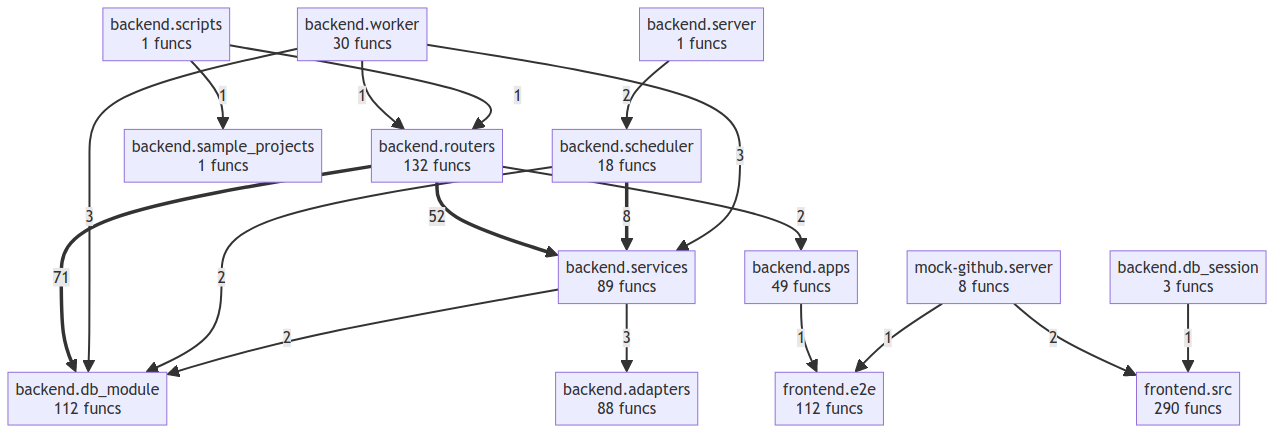
Earlier version of the Mermaid export project/compact_flow.png (semcod/www). Its source is kept beside it as project/compact_flow.mmd.
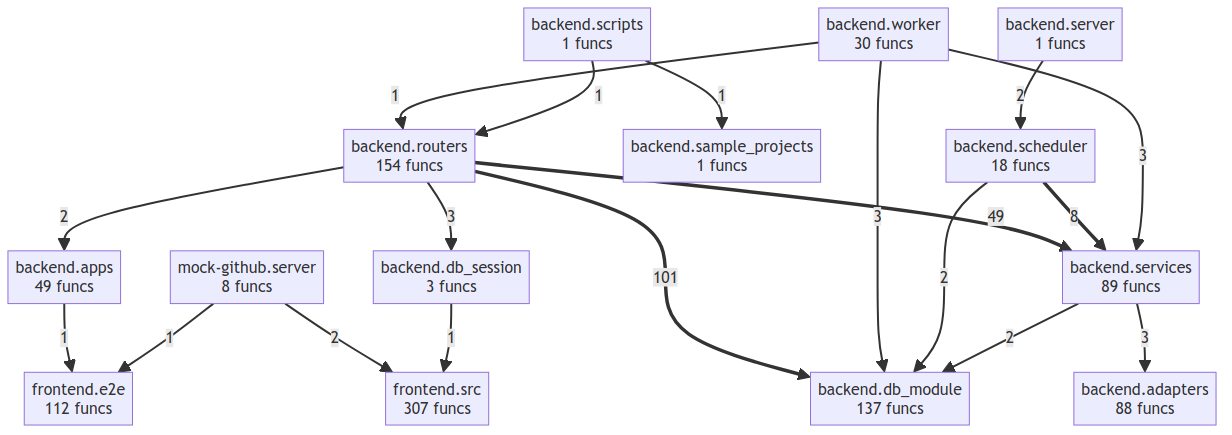
Later version of the same file.

Diff of the diagram source:
```diff
@@ -1,9 +1,9 @@
 flowchart TD
     backend__adapters["backend.adapters<br/>88 funcs"]
     backend__apps["backend.apps<br/>49 funcs"]
-    backend__db_module["backend.db_module<br/>112 funcs"]
+    backend__db_module["backend.db_module<br/>137 funcs"]
     backend__db_session["backend.db_session<br/>3 funcs"]
-    backend__routers["backend.routers<br/>132 funcs"]
+    backend__routers["backend.routers<br/>154 funcs"]
     backend__sample_projects["backend.sample_projects<br/>1 funcs"]
     backend__scheduler["backend.scheduler<br/>18 funcs"]
     backend__scripts["backend.scripts<br/>1 funcs"]
@@ -11,14 +11,15 @@
     backend__services["backend.services<br/>89 funcs"]
     backend__worker["backend.worker<br/>30 funcs"]
     frontend__e2e["frontend.e2e<br/>112 funcs"]
-    frontend__src["frontend.src<br/>290 funcs"]
+    frontend__src["frontend.src<br/>307 funcs"]
     mock_github__server["mock-github.server<br/>8 funcs"]
-    backend__routers ==>|71| backend__db_module
-    backend__routers ==>|52| backend__services
+    backend__routers ==>|101| backend__db_module
+    backend__routers ==>|49| backend__services
     backend__scheduler ==>|8| backend__services
     backend__services -->|3| backend__adapters
     backend__worker -->|3| backend__db_module
     backend__worker -->|3| backend__services
+    backend__routers -->|3| backend__db_session
     backend__server -->|2| backend__scheduler
     backend__scheduler -->|2| backend__db_module
     backend__services -->|2| backend__db_module
```
